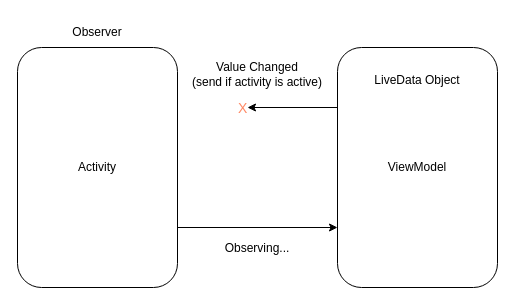
Earlier version of the draw.io diagram page "Page-3" (3 of 3) of Tutorial - Kotlin/Kotlin Tutorial For Beginners/Kotlin LiveData.drawio (rzrasel/temp-and-app). Source tidied: cells renumbered, new cells numbered last; positions are measured from the earlier drawing's top-left corner, leaving out a move shared by most shapes. Both pictures are drawn from the tidied source at 100%, with x=0, y=0 at pixel (17, 17).
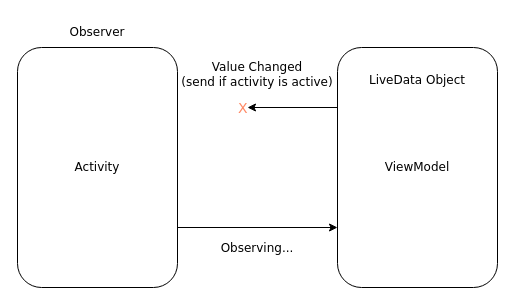
The same diagram, later.

The edit, as a diff of the source:
```diff
@@
 <mxGraphModel>
   <root>
     <mxCell id="0" />
     <mxCell id="1" parent="0" />
-    <mxCell id="2" value="&lt;span style=&quot;font-family: arial, sans-serif; font-size: 14px; font-style: normal; font-weight: 400; letter-spacing: normal; text-align: left; text-indent: 0px; text-transform: none; word-spacing: 0px; background-color: rgb(255, 255, 255); display: inline; float: none;&quot;&gt;X&lt;/span&gt;" style="text;whiteSpace=wrap;html=1;fontColor=#FF8A66;" parent="1" vertex="1">
+    <mxCell id="2" value="&lt;span style=&quot;font-size: 14px; font-style: normal; font-weight: 400; letter-spacing: normal; text-align: left; text-indent: 0px; text-transform: none; word-spacing: 0px; background-color: rgb(255, 255, 255); display: inline; float: none;&quot;&gt;X&lt;/span&gt;" style="text;whiteSpace=wrap;html=1;fontColor=#FF8A66;fontFamily=Verdana;" parent="1" vertex="1">
       <mxGeometry x="219" y="76" width="20" height="32" as="geometry" />
     </mxCell>
-    <mxCell id="3" style="edgeStyle=orthogonalEdgeStyle;rounded=0;jettySize=auto;html=1;exitX=1;exitY=0.75;exitDx=0;exitDy=0;entryX=0;entryY=0.75;entryDx=0;entryDy=0;" parent="1" edge="1" source="4" target="6">
+    <mxCell id="3" style="edgeStyle=orthogonalEdgeStyle;rounded=0;jettySize=auto;html=1;exitX=1;exitY=0.75;exitDx=0;exitDy=0;entryX=0;entryY=0.75;entryDx=0;entryDy=0;fontFamily=Verdana;" parent="1" edge="1" source="4" target="6">
       <mxGeometry relative="1" as="geometry" />
     </mxCell>
-    <mxCell id="4" value="Activity" style="rounded=1;whiteSpace=wrap;html=1;" parent="1" vertex="1">
+    <mxCell id="4" value="Activity" style="rounded=1;whiteSpace=wrap;html=1;fontFamily=Verdana;" parent="1" vertex="1">
       <mxGeometry y="30" width="160" height="240" as="geometry" />
     </mxCell>
-    <mxCell id="5" style="edgeStyle=orthogonalEdgeStyle;rounded=0;jettySize=auto;html=1;exitX=0;exitY=0.25;exitDx=0;exitDy=0;" parent="1" edge="1" source="6">
+    <mxCell id="5" style="edgeStyle=orthogonalEdgeStyle;rounded=0;jettySize=auto;html=1;exitX=0;exitY=0.25;exitDx=0;exitDy=0;fontFamily=Verdana;" parent="1" edge="1" source="6">
       <mxGeometry relative="1" as="geometry">
         <mxPoint x="230" y="90" as="targetPoint" />
       </mxGeometry>
     </mxCell>
-    <mxCell id="6" value="ViewModel" style="rounded=1;whiteSpace=wrap;html=1;" parent="1" vertex="1">
+    <mxCell id="6" value="ViewModel" style="rounded=1;whiteSpace=wrap;html=1;fontFamily=Verdana;" parent="1" vertex="1">
       <mxGeometry x="320" y="30" width="160" height="240" as="geometry" />
     </mxCell>
-    <mxCell id="7" value="LiveData Object" style="text;html=1;strokeColor=none;fillColor=none;align=center;verticalAlign=middle;whiteSpace=wrap;rounded=0;" parent="1" vertex="1">
+    <mxCell id="7" value="LiveData Object" style="text;html=1;strokeColor=none;fillColor=none;align=center;verticalAlign=middle;whiteSpace=wrap;rounded=0;fontFamily=Verdana;" parent="1" vertex="1">
       <mxGeometry x="350" y="48" width="100" height="30" as="geometry" />
     </mxCell>
-    <mxCell id="8" value="&lt;div&gt;Observer&lt;/div&gt;" style="text;html=1;strokeColor=none;fillColor=none;align=center;verticalAlign=middle;whiteSpace=wrap;rounded=0;" parent="1" vertex="1">
+    <mxCell id="8" value="&lt;div&gt;Observer&lt;/div&gt;" style="text;html=1;strokeColor=none;fillColor=none;align=center;verticalAlign=middle;whiteSpace=wrap;rounded=0;fontFamily=Verdana;" parent="1" vertex="1">
       <mxGeometry x="50" width="60" height="30" as="geometry" />
     </mxCell>
-    <mxCell id="9" value="Observing..." style="text;html=1;strokeColor=none;fillColor=none;align=center;verticalAlign=middle;whiteSpace=wrap;rounded=0;" parent="1" vertex="1">
+    <mxCell id="9" value="Observing..." style="text;html=1;strokeColor=none;fillColor=none;align=center;verticalAlign=middle;whiteSpace=wrap;rounded=0;fontFamily=Verdana;" parent="1" vertex="1">
       <mxGeometry x="160" y="216" width="160" height="30" as="geometry" />
     </mxCell>
-    <mxCell id="10" value="&lt;div&gt;Value Changed&lt;/div&gt;&lt;div&gt;(send if activity is active)&lt;/div&gt;" style="text;html=1;strokeColor=none;fillColor=none;align=center;verticalAlign=middle;whiteSpace=wrap;rounded=0;" parent="1" vertex="1">
+    <mxCell id="10" value="&lt;div&gt;Value Changed&lt;/div&gt;&lt;div&gt;(send if activity is active)&lt;/div&gt;" style="text;html=1;strokeColor=none;fillColor=none;align=center;verticalAlign=middle;whiteSpace=wrap;rounded=0;fontFamily=Verdana;" parent="1" vertex="1">
       <mxGeometry x="160" y="33" width="160" height="47" as="geometry" />
     </mxCell>
   </root>
 </mxGraphModel>
```
